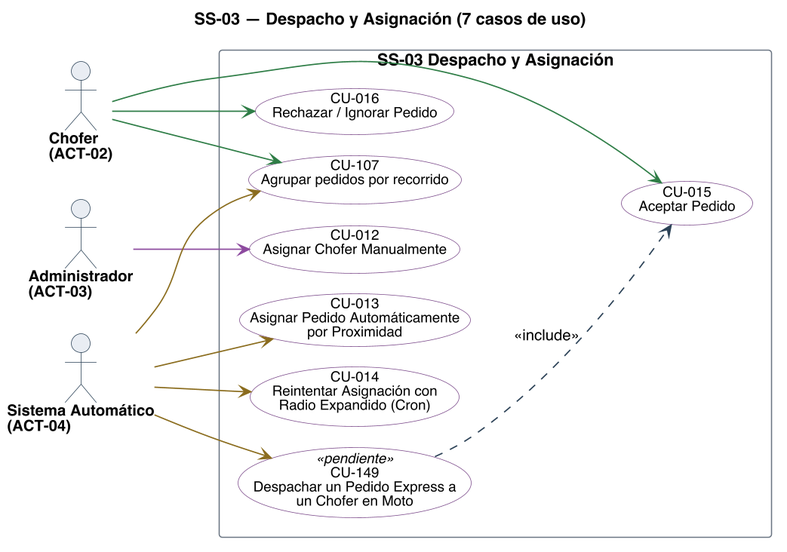
Above: diagramas/uml/CU_SS-03_Despacho-Y-Asignacion.png in Nahuelito-Dev/splg-docs (PlantUML), before the change.
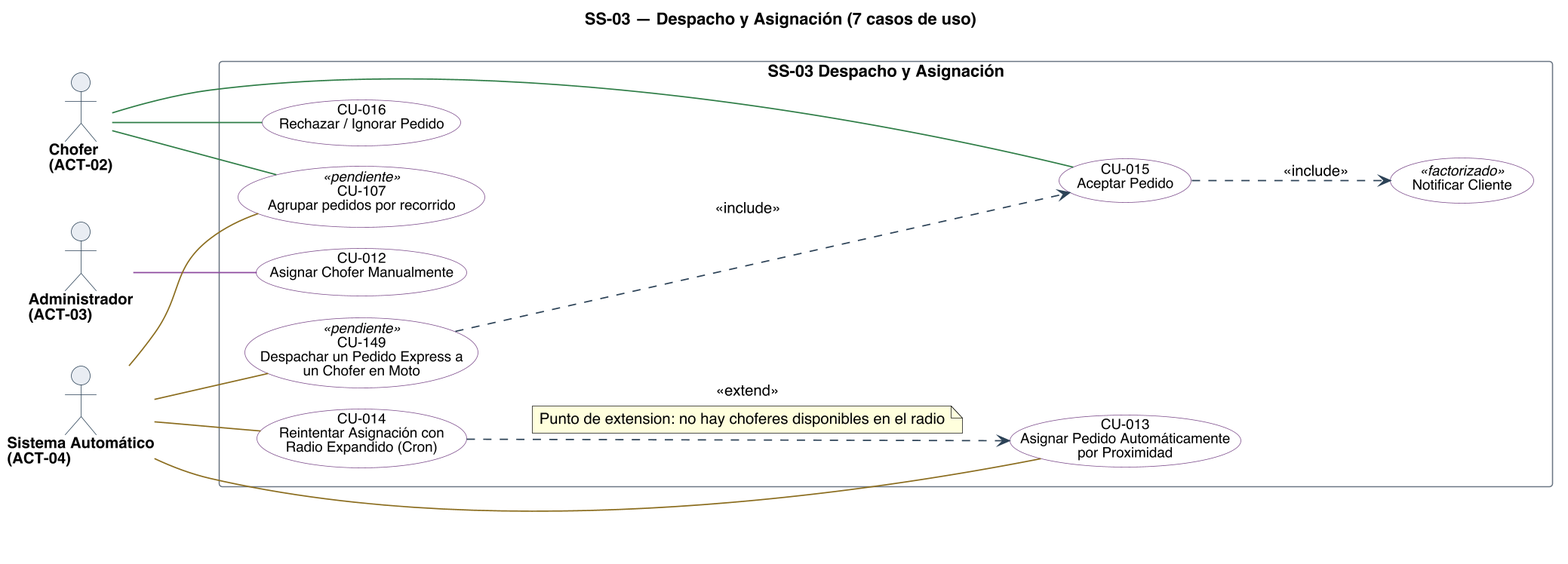
Above is the later version.

Diff of the diagram source:
```diff
@@ -30,6 +30,8 @@
 skinparam usecase {
   BorderColor<<pendiente>> #9C4436
   BackgroundColor<<pendiente>> #F6E4E1
+  BorderColor<<factorizado>> #6B7683
+  BackgroundColor<<factorizado>> #F2F4F6
 }
 
 actor "Chofer\n(ACT-02)" as A02
@@ -42,19 +44,26 @@
   usecase "CU-014\nReintentar Asignación con\nRadio Expandido (Cron)" as U014 #back:FFFFFF;line:7B4B8A
   usecase "CU-015\nAceptar Pedido" as U015 #back:FFFFFF;line:7B4B8A
   usecase "CU-016\nRechazar / Ignorar Pedido" as U016 #back:FFFFFF;line:7B4B8A
-  usecase "CU-107\nAgrupar pedidos por recorrido" as U107 #back:FFFFFF;line:7B4B8A
+  usecase "CU-107\nAgrupar pedidos por recorrido" as U107 <<pendiente>> #back:FFFFFF;line:7B4B8A
   usecase "CU-149\nDespachar un Pedido Express a\nun Chofer en Moto" as U149 <<pendiente>> #back:FFFFFF;line:7B4B8A
+  usecase "Notificar Cliente" as F_AVISO <<factorizado>> #back:FFFFFF;line:7B4B8A
 }
 
-A02 -[#2E7D46]-> U015
-A02 -[#2E7D46]-> U016
-A02 -[#2E7D46]-> U107
-A03 -[#8C4A9E]-> U012
-A04 -[#8A6D1F]-> U013
-A04 -[#8A6D1F]-> U014
-A04 -[#8A6D1F]-> U107
-A04 -[#8A6D1F]-> U149
+A02 -[#2E7D46]- U015
+A02 -[#2E7D46]- U016
+A02 -[#2E7D46]- U107
+A03 -[#8C4A9E]- U012
+A04 -[#8A6D1F]- U013
+A04 -[#8A6D1F]- U014
+A04 -[#8A6D1F]- U107
+A04 -[#8A6D1F]- U149
 
 U149 ..> U015 : <<include>>
+U015 ..> F_AVISO : <<include>>
+
+U014 ..> U013 : <<extend>>
+note on link
+  Punto de extension: no hay choferes disponibles en el radio
+end note
 
 @enduml
```
